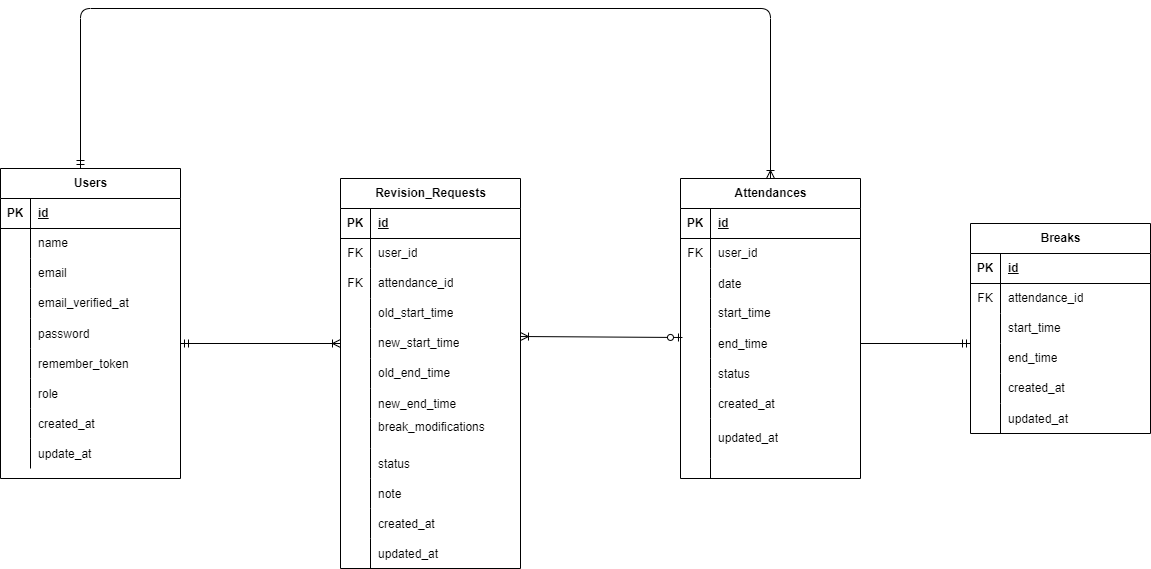
The draw.io diagram ER.drawio.png in tominaga-rikiya/attendance, before a commit. Source tidied: cells renumbered, new cells last; positions are measured from the earlier drawing's top-left corner, leaving out a move shared by most shapes.
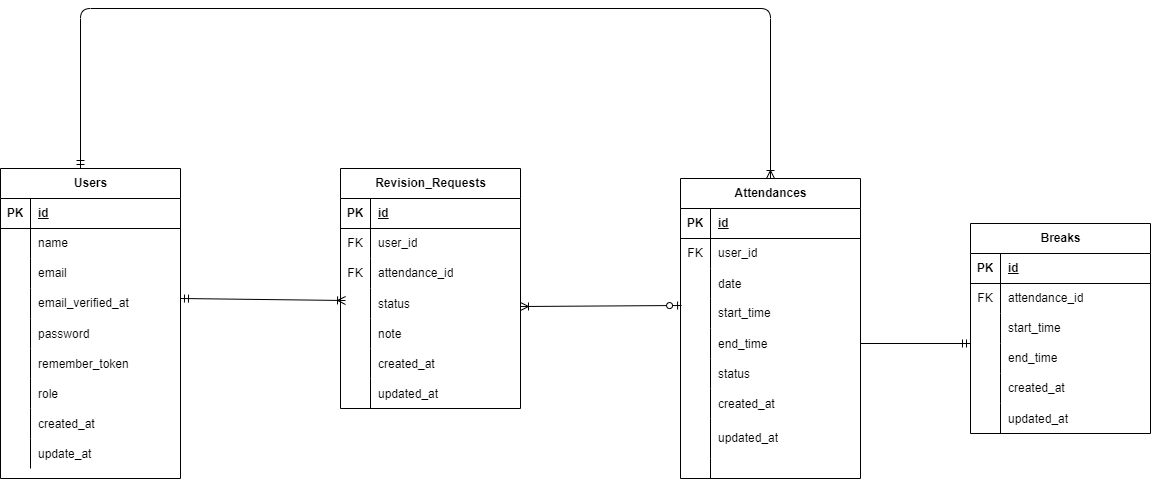
Later version of the same file.

What changed in the source:
```diff
@@ -87,7 +87,7 @@
       <mxGeometry x="30" width="150" height="30" as="geometry" />
     </mxCell>
     <mxCell id="30" value="Revision_Requests" style="shape=table;startSize=30;rowLines=0;fontStyle=1;align=center;html=1;" parent="1" vertex="1">
-      <mxGeometry x="340" y="170" width="180" height="390" as="geometry" />
+      <mxGeometry x="340" y="160" width="180" height="240" as="geometry" />
     </mxCell>
     <mxCell id="31" style="shape=tableRow;horizontal=0;startSize=0;swimlaneHead=0;swimlaneBody=0;fillColor=none;top=0;left=0;right=0;bottom=1;" parent="30" vertex="1">
       <mxGeometry y="30" width="180" height="30" as="geometry" />
@@ -116,53 +116,8 @@
     <mxCell id="39" value="attendance_id" style="shape=partialRectangle;fillColor=none;top=0;left=0;bottom=0;right=0;align=left;spacingLeft=6;fontStyle=0;overflow=hidden;whiteSpace=wrap;html=1;" parent="37" vertex="1">
       <mxGeometry x="30" width="150" height="30" as="geometry" />
     </mxCell>
-    <mxCell id="40" style="shape=tableRow;horizontal=0;startSize=0;swimlaneHead=0;swimlaneBody=0;fillColor=none;top=0;left=0;right=0;bottom=0;" parent="30" vertex="1">
-      <mxGeometry y="120" width="180" height="30" as="geometry" />
-    </mxCell>
-    <mxCell id="41" style="shape=partialRectangle;fillColor=none;top=0;left=0;bottom=0;right=0;overflow=hidden;whiteSpace=wrap;html=1;" parent="40" vertex="1">
-      <mxGeometry width="30" height="30" as="geometry" />
-    </mxCell>
-    <mxCell id="42" value="old_start_time" style="shape=partialRectangle;fillColor=none;top=0;left=0;bottom=0;right=0;align=left;spacingLeft=6;overflow=hidden;whiteSpace=wrap;html=1;" parent="40" vertex="1">
-      <mxGeometry x="30" width="150" height="30" as="geometry" />
-    </mxCell>
-    <mxCell id="43" style="shape=tableRow;horizontal=0;startSize=0;swimlaneHead=0;swimlaneBody=0;fillColor=none;points=[[0,0.5],[1,0.5]];portConstraint=eastwest;top=0;left=0;right=0;bottom=0;" parent="30" vertex="1">
-      <mxGeometry y="150" width="180" height="30" as="geometry" />
-    </mxCell>
-    <mxCell id="44" style="shape=partialRectangle;fillColor=none;top=0;left=0;bottom=0;right=0;overflow=hidden;whiteSpace=wrap;html=1;" parent="43" vertex="1">
-      <mxGeometry width="30" height="30" as="geometry" />
-    </mxCell>
-    <mxCell id="45" value="new_start_time" style="shape=partialRectangle;fillColor=none;top=0;left=0;bottom=0;right=0;align=left;spacingLeft=6;overflow=hidden;whiteSpace=wrap;html=1;" parent="43" vertex="1">
-      <mxGeometry x="30" width="150" height="30" as="geometry" />
-    </mxCell>
-    <mxCell id="46" style="shape=tableRow;horizontal=0;startSize=0;swimlaneHead=0;swimlaneBody=0;fillColor=none;top=0;left=0;right=0;bottom=0;" parent="30" vertex="1">
-      <mxGeometry y="180" width="180" height="30" as="geometry" />
-    </mxCell>
-    <mxCell id="47" style="shape=partialRectangle;fillColor=none;top=0;left=0;bottom=0;right=0;overflow=hidden;whiteSpace=wrap;html=1;" parent="46" vertex="1">
-      <mxGeometry width="30" height="30" as="geometry" />
-    </mxCell>
-    <mxCell id="48" value="old_end_time" style="shape=partialRectangle;fillColor=none;top=0;left=0;bottom=0;right=0;align=left;spacingLeft=6;overflow=hidden;whiteSpace=wrap;html=1;" parent="46" vertex="1">
-      <mxGeometry x="30" width="150" height="30" as="geometry" />
-    </mxCell>
-    <mxCell id="49" style="shape=tableRow;horizontal=0;startSize=0;swimlaneHead=0;swimlaneBody=0;fillColor=none;top=0;left=0;right=0;bottom=0;" parent="30" vertex="1">
-      <mxGeometry y="210" width="180" height="30" as="geometry" />
-    </mxCell>
-    <mxCell id="50" style="shape=partialRectangle;fillColor=none;top=0;left=0;bottom=0;right=0;overflow=hidden;" parent="49" vertex="1">
-      <mxGeometry width="30" height="30" as="geometry" />
-    </mxCell>
-    <mxCell id="51" value="new_end_time" style="shape=partialRectangle;fillColor=none;top=0;left=0;bottom=0;right=0;align=left;spacingLeft=6;overflow=hidden;" parent="49" vertex="1">
-      <mxGeometry x="30" width="150" height="30" as="geometry" />
-    </mxCell>
-    <mxCell id="52" style="shape=tableRow;horizontal=0;startSize=0;swimlaneHead=0;swimlaneBody=0;fillColor=none;top=0;left=0;right=0;bottom=0;" parent="30" vertex="1">
-      <mxGeometry y="240" width="180" height="30" as="geometry" />
-    </mxCell>
-    <mxCell id="53" style="shape=partialRectangle;fillColor=none;top=0;left=0;bottom=0;right=0;overflow=hidden;" parent="52" vertex="1">
-      <mxGeometry width="30" height="30" as="geometry" />
-    </mxCell>
-    <mxCell id="54" value="break_modifications&#10;" style="shape=partialRectangle;fillColor=none;top=0;left=0;bottom=0;right=0;align=left;spacingLeft=6;overflow=hidden;" parent="52" vertex="1">
-      <mxGeometry x="30" width="150" height="30" as="geometry" />
-    </mxCell>
     <mxCell id="55" style="shape=tableRow;horizontal=0;startSize=0;swimlaneHead=0;swimlaneBody=0;fillColor=none;top=0;left=0;right=0;bottom=0;" parent="30" vertex="1">
-      <mxGeometry y="270" width="180" height="30" as="geometry" />
+      <mxGeometry y="120" width="180" height="30" as="geometry" />
     </mxCell>
     <mxCell id="56" style="shape=partialRectangle;fillColor=none;top=0;left=0;bottom=0;right=0;overflow=hidden;" parent="55" vertex="1">
       <mxGeometry width="30" height="30" as="geometry" />
@@ -171,7 +126,7 @@
       <mxGeometry x="30" width="150" height="30" as="geometry" />
     </mxCell>
     <mxCell id="58" style="shape=tableRow;horizontal=0;startSize=0;swimlaneHead=0;swimlaneBody=0;fillColor=none;top=0;left=0;right=0;bottom=0;" parent="30" vertex="1">
-      <mxGeometry y="300" width="180" height="30" as="geometry" />
+      <mxGeometry y="150" width="180" height="30" as="geometry" />
     </mxCell>
     <mxCell id="59" style="shape=partialRectangle;fillColor=none;top=0;left=0;bottom=0;right=0;overflow=hidden;" parent="58" vertex="1">
       <mxGeometry width="30" height="30" as="geometry" />
@@ -180,7 +135,7 @@
       <mxGeometry x="30" width="150" height="30" as="geometry" />
     </mxCell>
     <mxCell id="61" style="shape=tableRow;horizontal=0;startSize=0;swimlaneHead=0;swimlaneBody=0;fillColor=none;top=0;left=0;right=0;bottom=0;" parent="30" vertex="1">
-      <mxGeometry y="330" width="180" height="30" as="geometry" />
+      <mxGeometry y="180" width="180" height="30" as="geometry" />
     </mxCell>
     <mxCell id="62" style="shape=partialRectangle;fillColor=none;top=0;left=0;bottom=0;right=0;overflow=hidden;" parent="61" vertex="1">
       <mxGeometry width="30" height="30" as="geometry" />
@@ -189,7 +144,7 @@
       <mxGeometry x="30" width="150" height="30" as="geometry" />
     </mxCell>
     <mxCell id="64" style="shape=tableRow;horizontal=0;startSize=0;swimlaneHead=0;swimlaneBody=0;fillColor=none;top=0;left=0;right=0;bottom=0;" parent="30" vertex="1">
-      <mxGeometry y="360" width="180" height="30" as="geometry" />
+      <mxGeometry y="210" width="180" height="30" as="geometry" />
     </mxCell>
     <mxCell id="65" style="shape=partialRectangle;fillColor=none;top=0;left=0;bottom=0;right=0;overflow=hidden;" parent="64" vertex="1">
       <mxGeometry width="30" height="30" as="geometry" />
@@ -347,13 +302,16 @@
     <mxCell id="114" style="shape=partialRectangle;fillColor=none;top=0;left=0;bottom=0;right=0;align=left;spacingLeft=6;overflow=hidden;whiteSpace=wrap;html=1;" parent="112" vertex="1">
       <mxGeometry x="30" width="150" height="20" as="geometry" />
     </mxCell>
-    <mxCell id="115" style="fontSize=12;html=1;endArrow=ERoneToMany;startArrow=ERmandOne;elbow=vertical;exitX=1;exitY=0.5;exitDx=0;exitDy=0;entryX=0;entryY=0.5;entryDx=0;entryDy=0;" parent="1" edge="1" target="43">
+    <mxCell id="115" style="fontSize=12;html=1;endArrow=ERoneToMany;startArrow=ERmandOne;elbow=vertical;entryX=0.006;entryY=0.167;entryDx=0;entryDy=0;entryPerimeter=0;exitX=0.978;exitY=0.1;exitDx=0;exitDy=0;exitPerimeter=0;" parent="1" edge="1">
       <mxGeometry relative="1" as="geometry">
-        <mxPoint x="180" y="335" as="sourcePoint" />
+        <mxPoint x="180" y="290" as="sourcePoint" />
+        <mxPoint x="345" y="292" as="targetPoint" />
       </mxGeometry>
     </mxCell>
-    <mxCell id="116" style="fontSize=12;html=1;endArrow=ERoneToMany;startArrow=ERzeroToOne;exitX=0.011;exitY=0.3;exitDx=0;exitDy=0;exitPerimeter=0;entryX=1;entryY=0.267;entryDx=0;entryDy=0;entryPerimeter=0;" parent="1" edge="1" source="100" target="43">
-      <mxGeometry relative="1" as="geometry" />
+    <mxCell id="116" style="fontSize=12;html=1;endArrow=ERoneToMany;startArrow=ERzeroToOne;exitX=0.006;exitY=0.233;exitDx=0;exitDy=0;exitPerimeter=0;entryX=1;entryY=0.267;entryDx=0;entryDy=0;entryPerimeter=0;" parent="1" edge="1" source="97">
+      <mxGeometry relative="1" as="geometry">
+        <mxPoint x="520" y="298" as="targetPoint" />
+      </mxGeometry>
     </mxCell>
     <mxCell id="117" style="fontSize=12;html=1;endArrow=ERmandOne;exitX=1;exitY=0.5;exitDx=0;exitDy=0;entryX=0;entryY=1;entryDx=0;entryDy=0;entryPerimeter=0;" parent="1" edge="1" source="100" target="74">
       <mxGeometry relative="1" as="geometry" />
```
